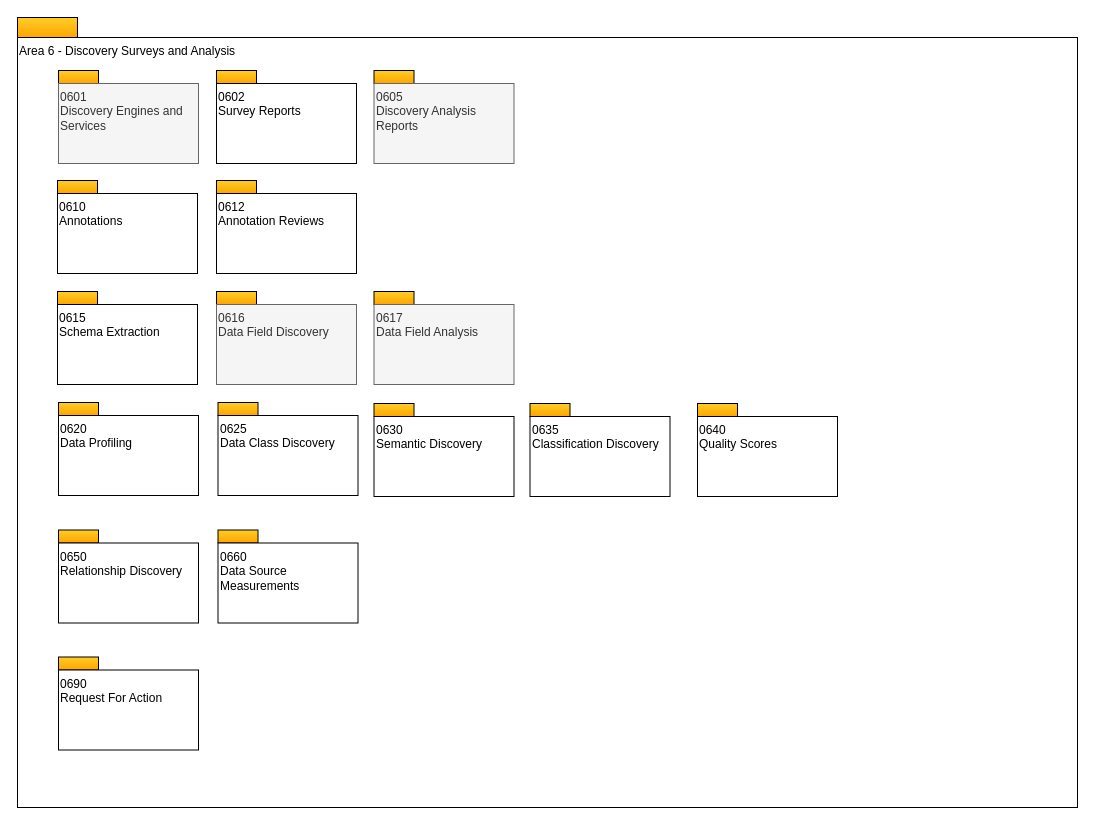
This is page "overview" (1 of 17) of site/docs/types/6/area-6-discovery.drawio from odpi/egeria-docs, a draw.io file, before an edit. Source tidied: cells renumbered, new cells numbered last; positions are measured from the earlier drawing's top-left corner, leaving out a move shared by most shapes. Both pictures are drawn from the tidied source at 100%, with x=0, y=0 at pixel (17, 17).
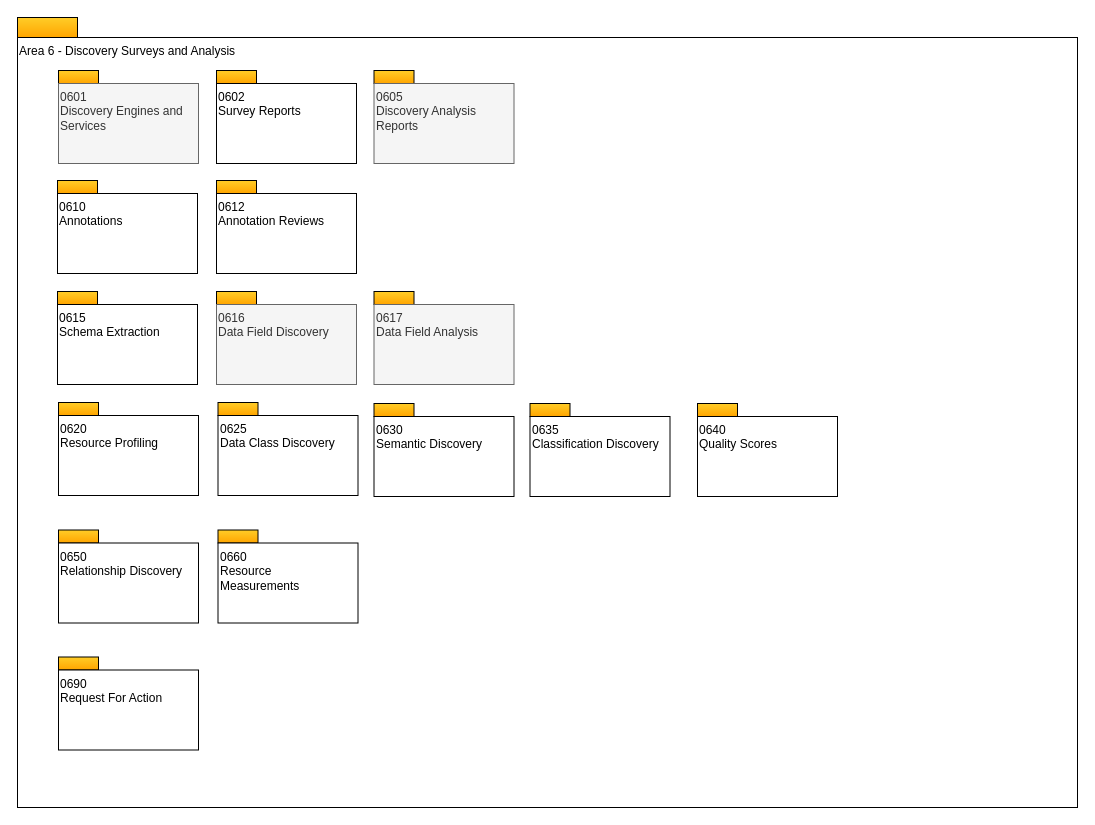
The same page after the edit.

The edit, as a diff of the source:
```diff
@@
-    <mxCell id="11" value="0620&lt;br&gt;Data Profiling&lt;br&gt;" style="rounded=0;whiteSpace=wrap;html=1;align=left;verticalAlign=top;" parent="1" vertex="1">
+    <mxCell id="11" value="0620&lt;br&gt;Resource Profiling" style="rounded=0;whiteSpace=wrap;html=1;align=left;verticalAlign=top;" parent="1" vertex="1">
       <mxGeometry x="41" y="398" width="140" height="80" as="geometry" />
     </mxCell>
@@
-    <mxCell id="21" value="0660&lt;br&gt;Data Source Measurements&lt;br&gt;" style="rounded=0;whiteSpace=wrap;html=1;align=left;verticalAlign=top;" parent="1" vertex="1">
+    <mxCell id="21" value="0660&lt;br&gt;Resource &lt;br&gt;Measurements" style="rounded=0;whiteSpace=wrap;html=1;align=left;verticalAlign=top;" parent="1" vertex="1">
       <mxGeometry x="200.5" y="525.5" width="140" height="80" as="geometry" />
     </mxCell>
```
